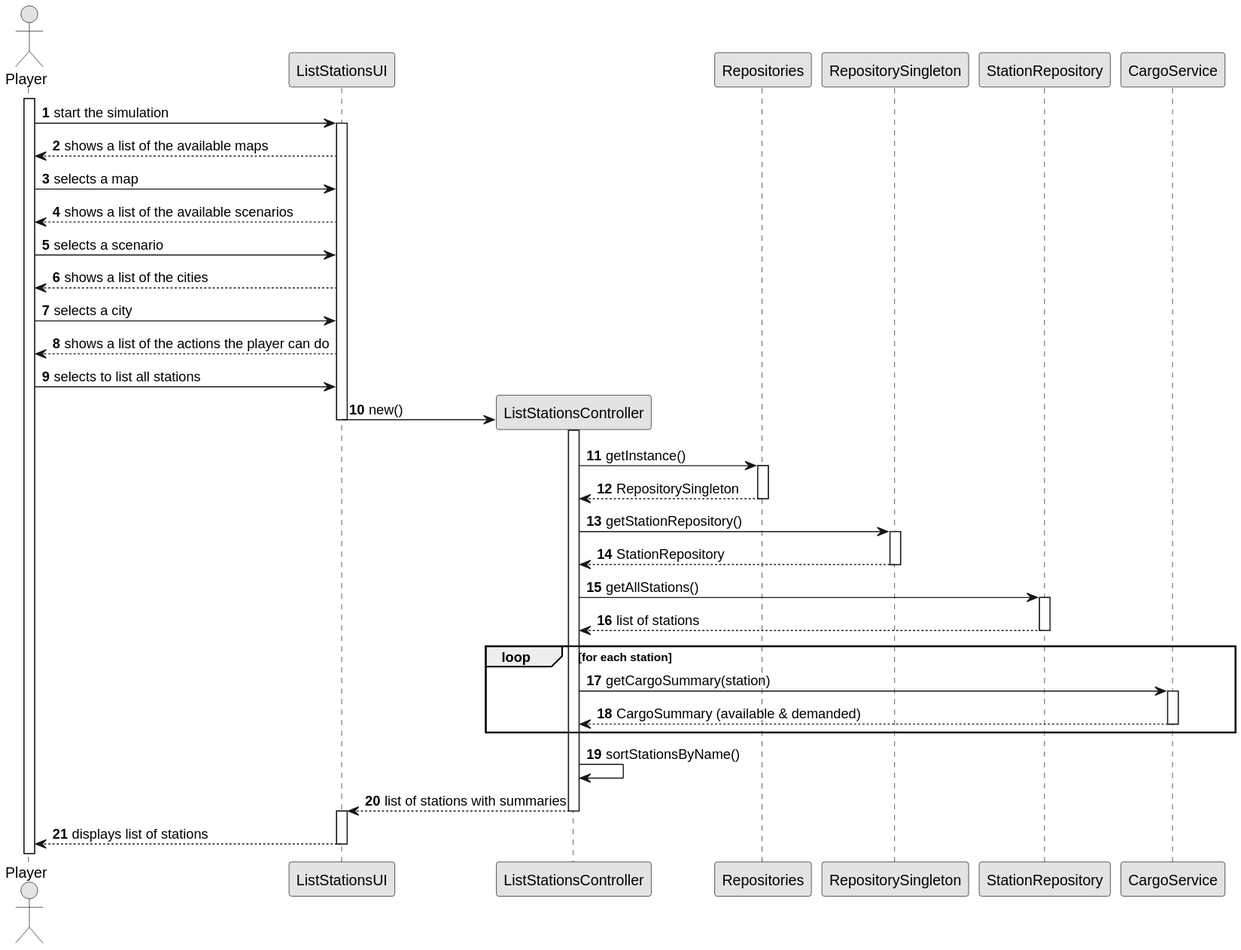
Before: docs/sprint2/us007/03.design/svg/us007-sequence-diagram-full.svg, a diagram exported from PlantUML (ivasduarte/all-aboard).
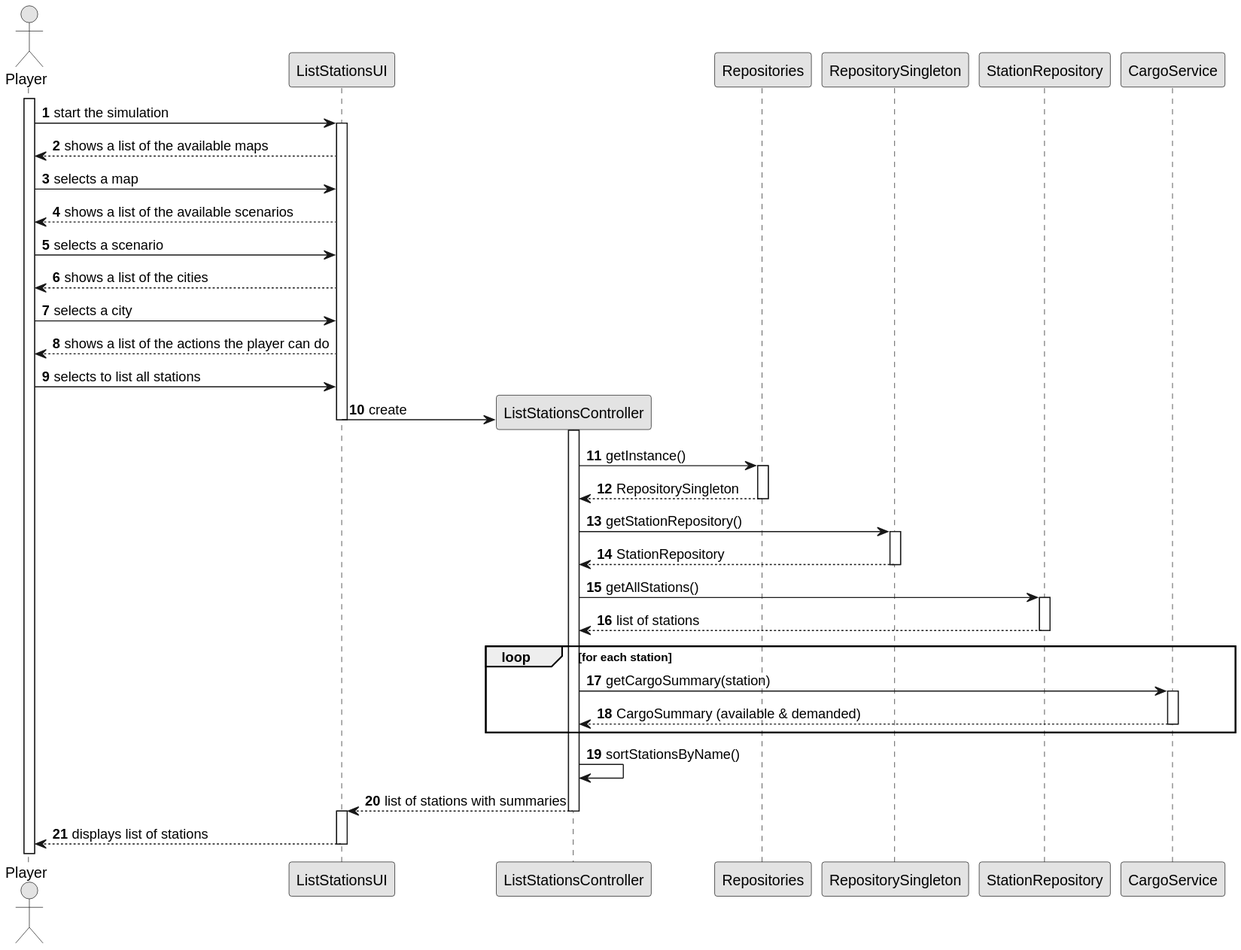
After the commit.

The edit, as a diff of the source:
```diff
@@ -23,7 +23,7 @@
 Player -> UI : selects to list all stations
 
 create "ListStationsController" as CTRL
-UI -> CTRL : new()
+UI -> CTRL : create
 deactivate UI
 activate CTRL
 
```
